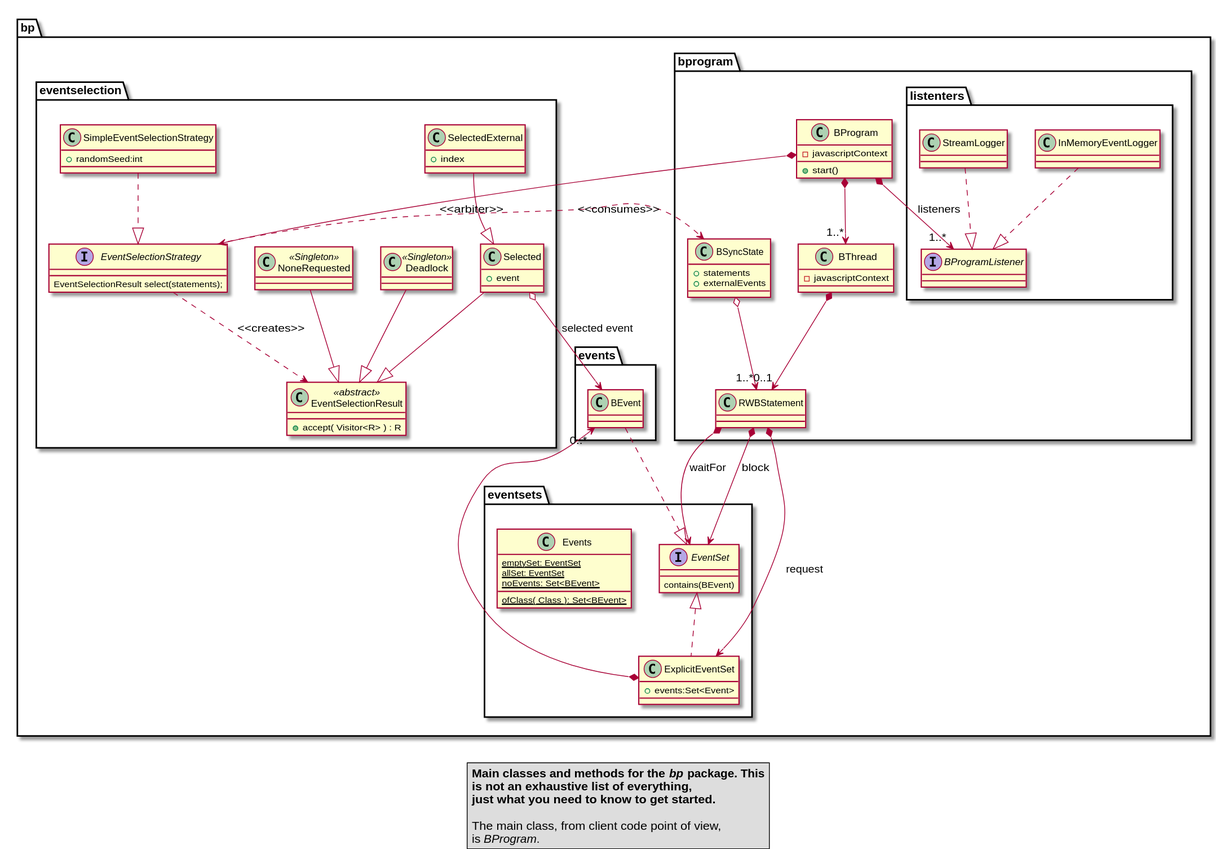
Before: BP-javascript/DOCS/classes.svg, a diagram exported from PlantUML (michbarsinai/BP-javascript-search). Its source is kept beside it as BP-javascript/DOCS/classes.puml.
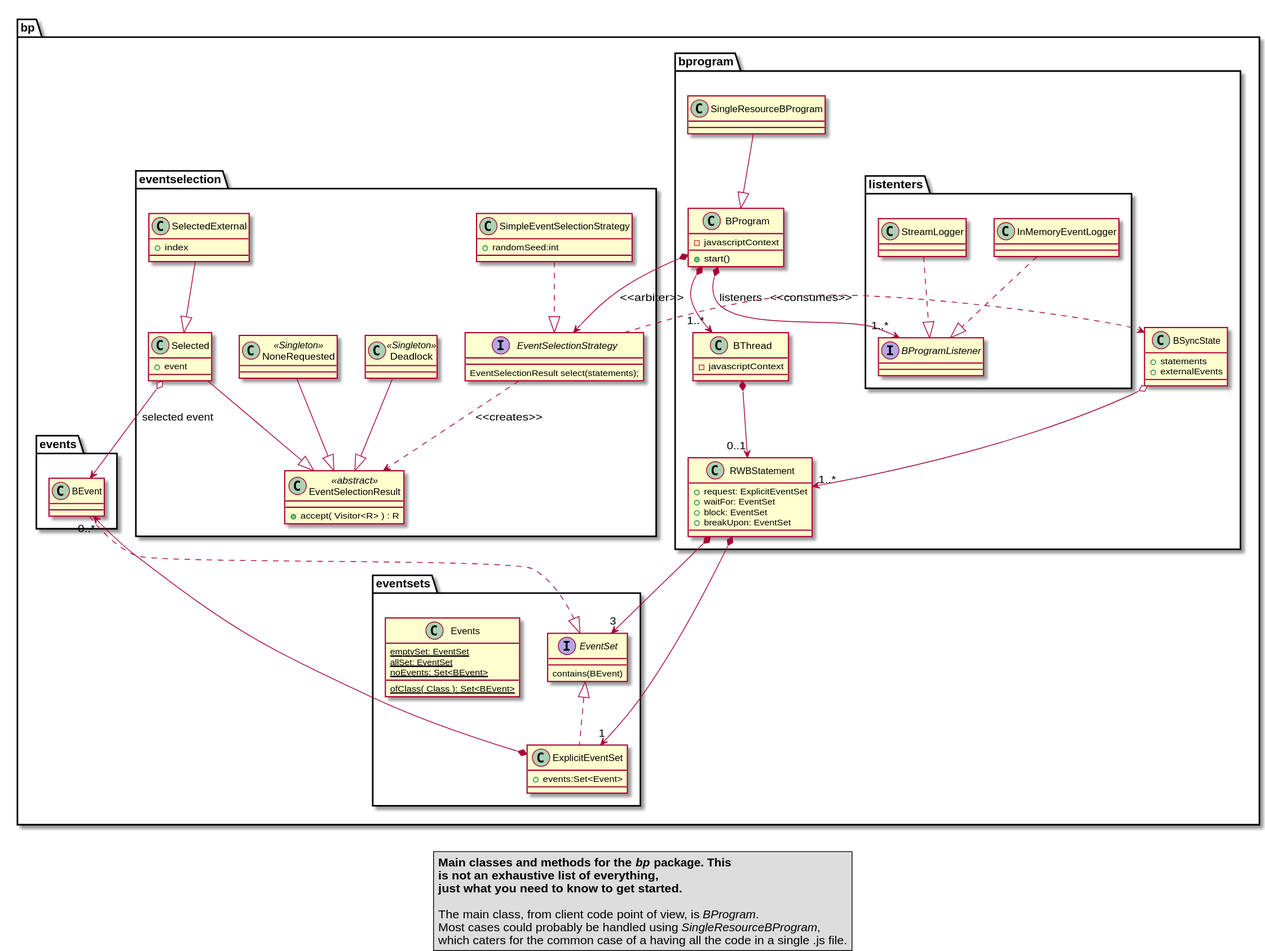
The same file after the commit.

The edit, as a diff of the source:
```diff
@@ -6,8 +6,9 @@
 <b>is not an exhaustive list of everything,</b>
 <b>just what you need to know to get started.</b>
 
-The main class, from client code point of view,
-is <i>BProgram</i>.
+The main class, from client code point of view, is <i>BProgram</i>.
+Most cases could probably be handled using <i>SingleResourceBProgram</i>,
+which caters for the common case of a having all the code in a single .js file.
 endlegend
 
 package bprogram {
@@ -25,7 +26,12 @@
     + externalEvents
   }
 
-  class RWBStatement
+  class RWBStatement {
+    + request: ExplicitEventSet
+    + waitFor: EventSet
+    + block: EventSet
+    + breakUpon: EventSet
+  }
 
   package listenters {
     interface BProgramListener
@@ -33,10 +39,13 @@
     class StreamLogger ..|> BProgramListener
   }
 
+  class SingleResourceBProgram
+
   BThread *--> "0..1" RWBStatement
   BProgram *--> "1..*" BThread
   BProgram *--> "1..*" BProgramListener: listeners
   BSyncState o--> "1..*" RWBStatement
+  SingleResourceBProgram --|> BProgram
 
 }
 
@@ -99,9 +108,8 @@
 
 BProgram *--> EventSelectionStrategy: <<arbiter>>
 BEvent ..|> EventSet
-RWBStatement *--> EventSet: waitFor
-RWBStatement *--> EventSet: block
-RWBStatement *--> ExplicitEventSet: request
+RWBStatement *--> "1" ExplicitEventSet
+RWBStatement *--> "3" EventSet
 Selected o-->BEvent : selected event
 }
 @enduml
```
